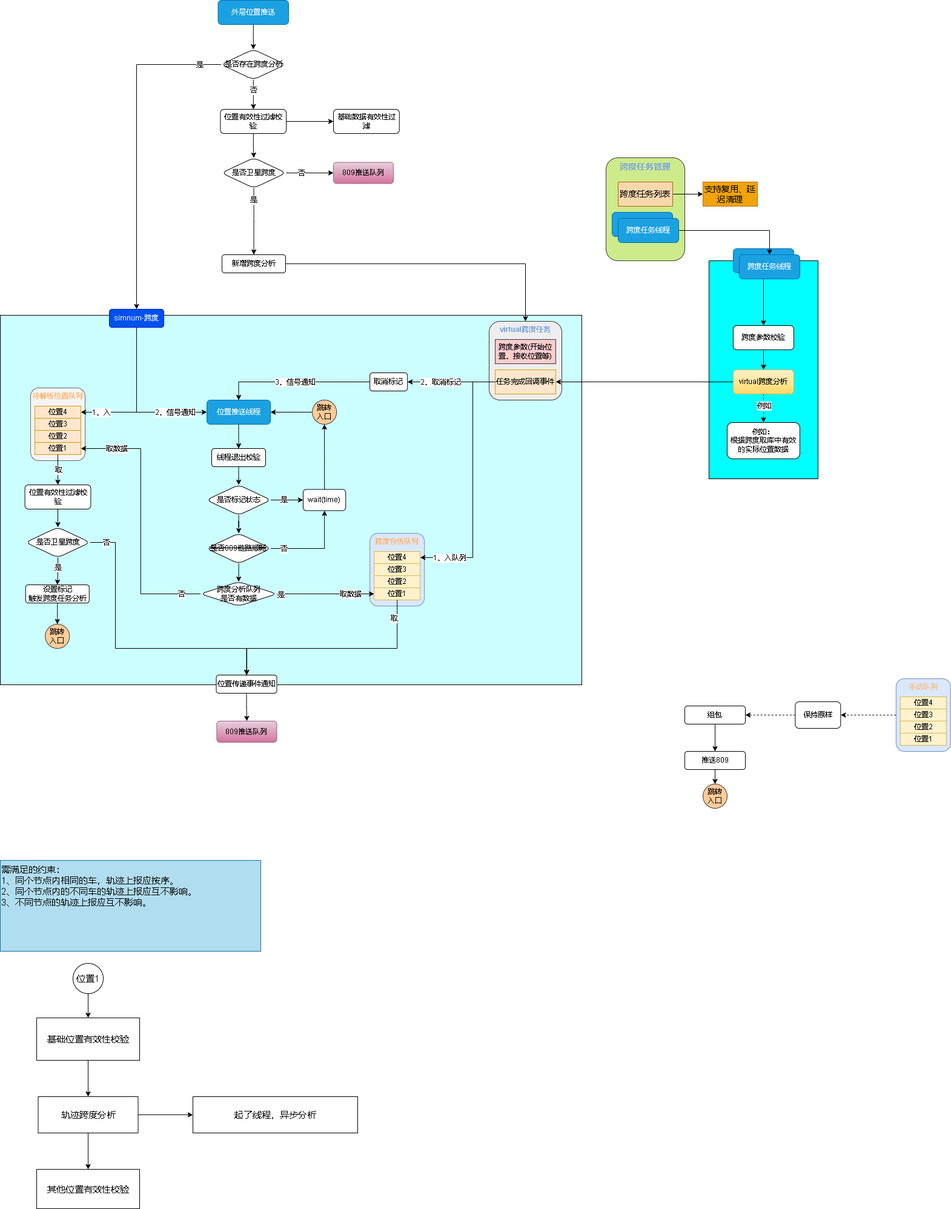
Above: 809数据跨度.drawio.png in xktder/draw (draw.io), before the change. Source tidied: cells renumbered, new cells last; positions are measured from the earlier drawing's top-left corner, leaving out a move shared by most shapes.
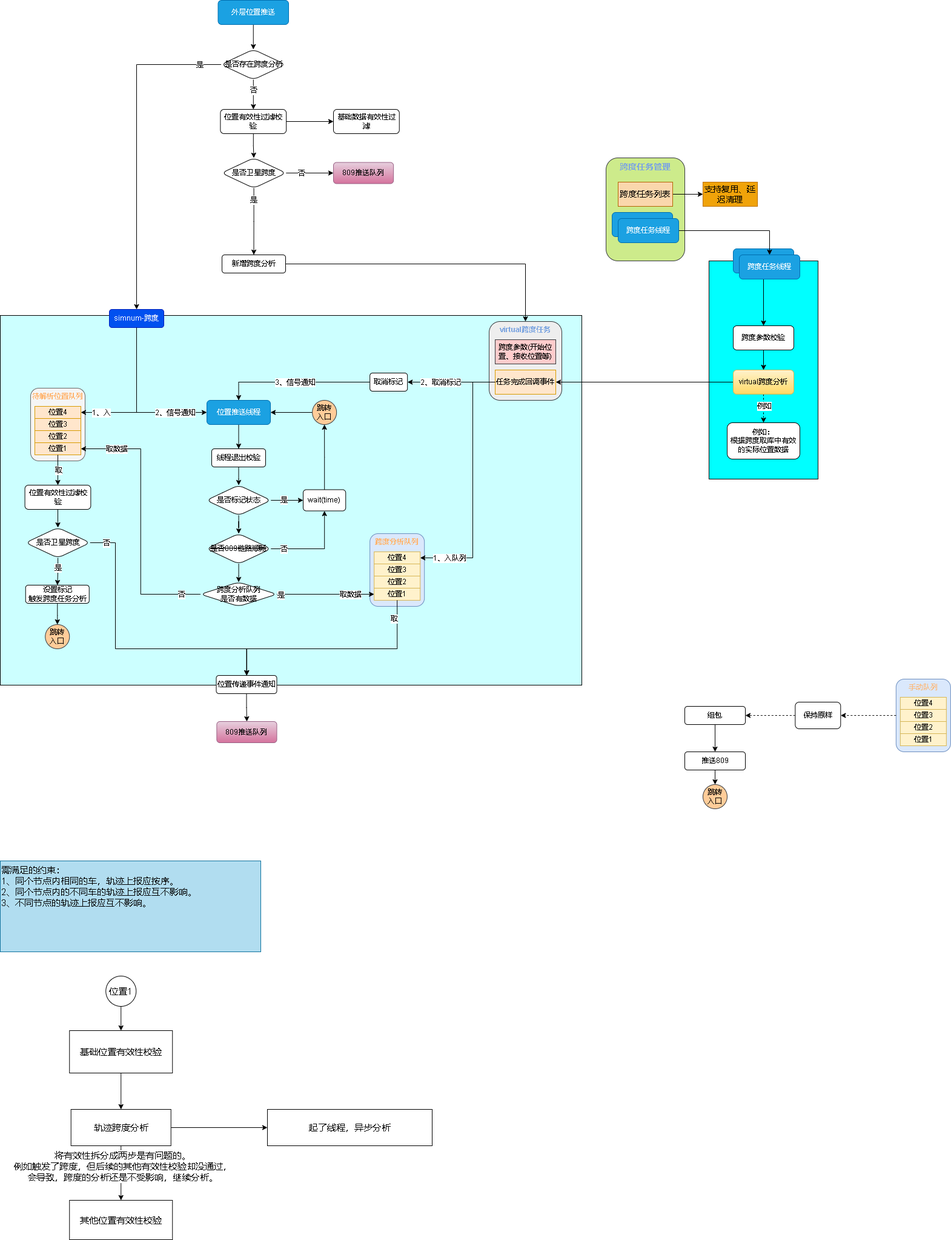
Above is the later version.

Commit message:
更新809数据跨度.drawio.png

The edit, as a diff of the source:
```diff
@@ -424,28 +424,31 @@
       <mxGeometry relative="1" as="geometry" />
     </mxCell>
     <mxCell id="124" value="基础位置有效性校验" style="rounded=0;whiteSpace=wrap;html=1;fontSize=15;" parent="1" vertex="1">
-      <mxGeometry x="60" y="1680" width="170" height="70" as="geometry" />
+      <mxGeometry x="114.2" y="1700" width="170" height="70" as="geometry" />
     </mxCell>
     <mxCell id="125" style="edgeStyle=orthogonalEdgeStyle;rounded=0;jettySize=auto;html=1;fontSize=15;" parent="1" edge="1" source="127" target="128">
       <mxGeometry relative="1" as="geometry" />
     </mxCell>
+    <mxCell id="132" value="将有效性拆分成两步是有问题的。&lt;br&gt;例如触发了跨度，但后续的其他有效性校验却没通过，&lt;br&gt;会导致，跨度的分析还是不受影响，继续分析。" style="edgeLabel;html=1;align=center;verticalAlign=middle;fontSize=15;" parent="125" vertex="1">
+      <mxGeometry x="-0.26" y="2" relative="1" as="geometry" />
+    </mxCell>
     <mxCell id="126" style="edgeStyle=orthogonalEdgeStyle;rounded=0;jettySize=auto;html=1;fontSize=15;" parent="1" edge="1" source="127" target="129">
       <mxGeometry relative="1" as="geometry" />
     </mxCell>
     <mxCell id="127" value="轨迹跨度分析" style="whiteSpace=wrap;html=1;fontSize=15;rounded=0;" parent="1" vertex="1">
-      <mxGeometry x="62.5" y="1810" width="165" height="60" as="geometry" />
+      <mxGeometry x="116.7" y="1830" width="165" height="60" as="geometry" />
     </mxCell>
     <mxCell id="128" value="其他位置有效性校验" style="whiteSpace=wrap;html=1;fontSize=15;rounded=0;" parent="1" vertex="1">
-      <mxGeometry x="60" y="1930" width="170" height="65" as="geometry" />
+      <mxGeometry x="114.2" y="1980" width="170" height="65" as="geometry" />
     </mxCell>
     <mxCell id="129" value="起了线程，异步分析" style="whiteSpace=wrap;html=1;fontSize=15;rounded=0;" parent="1" vertex="1">
-      <mxGeometry x="318" y="1810" width="272" height="60" as="geometry" />
+      <mxGeometry x="441" y="1830" width="272" height="60" as="geometry" />
     </mxCell>
     <mxCell id="130" style="edgeStyle=orthogonalEdgeStyle;rounded=0;jettySize=auto;html=1;fontSize=15;" parent="1" edge="1" source="131" target="124">
       <mxGeometry relative="1" as="geometry" />
     </mxCell>
     <mxCell id="131" value="位置1" style="ellipse;whiteSpace=wrap;html=1;fontSize=15;" parent="1" vertex="1">
-      <mxGeometry x="120" y="1590" width="50" height="50" as="geometry" />
+      <mxGeometry x="174.2" y="1610" width="50" height="50" as="geometry" />
     </mxCell>
   </root>
 </mxGraphModel>
```
